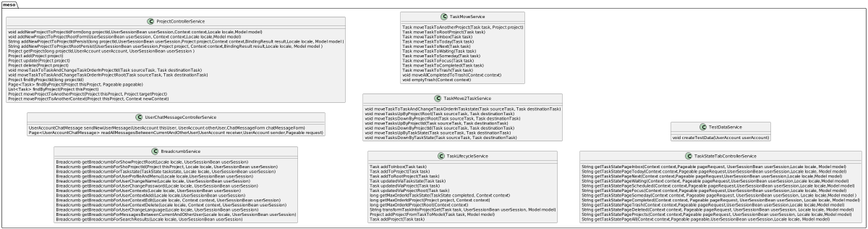
The PlantUML diagram src/main/resources/static/img/plantuml/Simpleworklist__Service_Classes_Meso.png in Spring-Framework-Java-Apps/simpleworklist, before a commit.
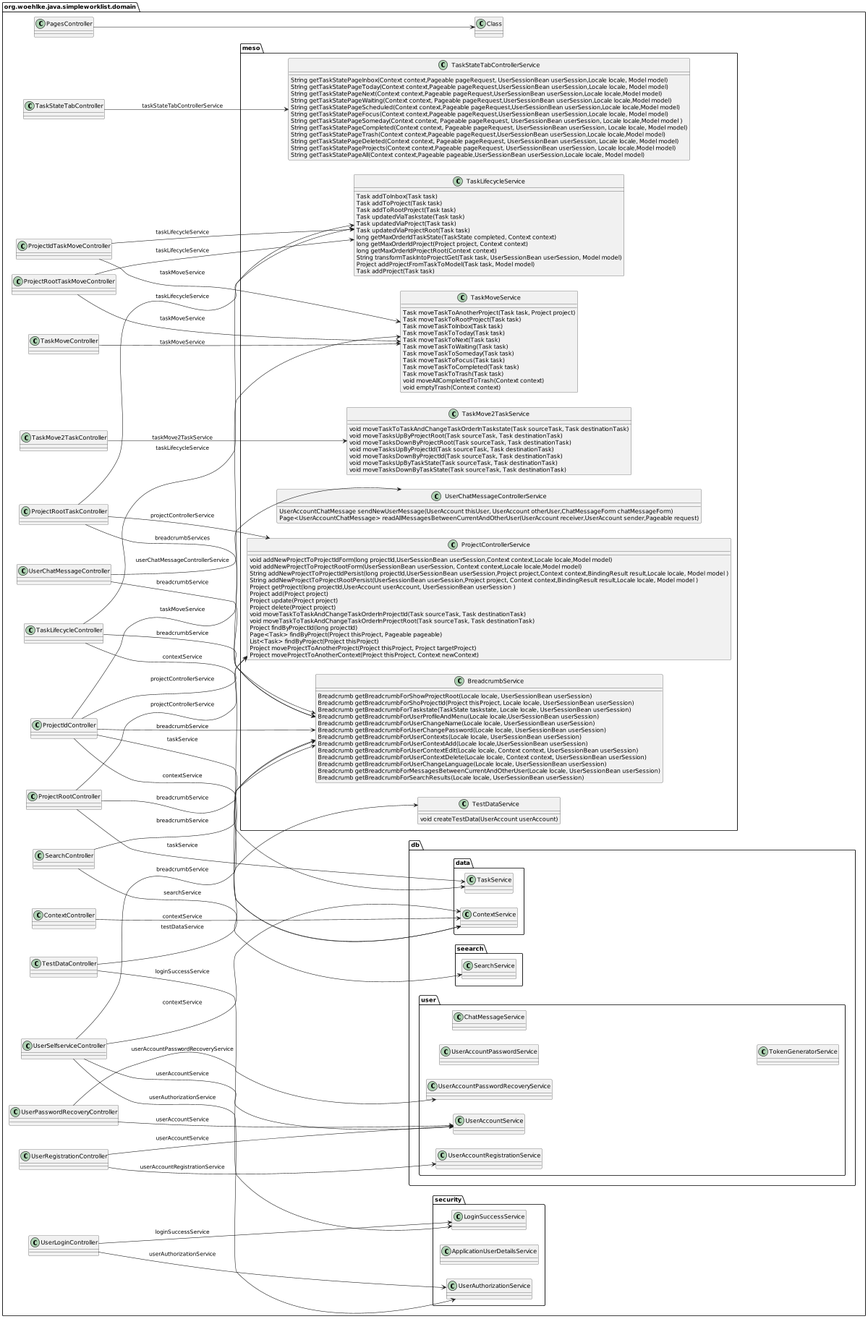
The same diagram one commit later.

The edit, as a diff of the source:
```diff
@@ -4,99 +4,184 @@
 
 scale 1200 width
 
-package meso {
-    class BreadcrumbService {
-        Breadcrumb getBreadcrumbForShowProjectRoot(Locale locale, UserSessionBean userSession)
-        Breadcrumb getBreadcrumbForShoProjectId(Project thisProject, Locale locale, UserSessionBean userSession)
-        Breadcrumb getBreadcrumbForTaskstate(TaskState taskstate, Locale locale, UserSessionBean userSession)
-        Breadcrumb getBreadcrumbForUserProfileAndMenu(Locale locale,UserSessionBean userSession)
-        Breadcrumb getBreadcrumbForUserChangeName(Locale locale, UserSessionBean userSession)
-        Breadcrumb getBreadcrumbForUserChangePassword(Locale locale, UserSessionBean userSession)
-        Breadcrumb getBreadcrumbForUserContexts(Locale locale, UserSessionBean userSession)
-        Breadcrumb getBreadcrumbForUserContextAdd(Locale locale,UserSessionBean userSession)
-        Breadcrumb getBreadcrumbForUserContextEdit(Locale locale, Context context, UserSessionBean userSession)
-        Breadcrumb getBreadcrumbForUserContextDelete(Locale locale, Context context, UserSessionBean userSession)
-        Breadcrumb getBreadcrumbForUserChangeLanguage(Locale locale, UserSessionBean userSession)
-        Breadcrumb getBreadcrumbForMessagesBetweenCurrentAndOtherUser(Locale locale, UserSessionBean userSession)
-        Breadcrumb getBreadcrumbForSearchResults(Locale locale, UserSessionBean userSession)
-    }
-    class UserChatMessageControllerService {
-      UserAccountChatMessage sendNewUserMessage(UserAccount thisUser, UserAccount otherUser,ChatMessageForm chatMessageForm)
-      Page<UserAccountChatMessage> readAllMessagesBetweenCurrentAndOtherUser(UserAccount receiver,UserAccount sender,Pageable request)
-    }
-    class ProjectControllerService {
-        void addNewProjectToProjectIdForm(long projectId,UserSessionBean userSession,Context context,Locale locale,Model model)
-        void addNewProjectToProjectRootForm(UserSessionBean userSession, Context context,Locale locale,Model model)
-        String addNewProjectToProjectIdPersist(long projectId,UserSessionBean userSession,Project project,Context context,BindingResult result,Locale locale, Model model )
-        String addNewProjectToProjectRootPersist(UserSessionBean userSession,Project project, Context context,BindingResult result,Locale locale, Model model )
-        Project getProject(long projectId,UserAccount userAccount, UserSessionBean userSession )
-        Project add(Project project)
-        Project update(Project project)
-        Project delete(Project project)
-        void moveTaskToTaskAndChangeTaskOrderInProjectId(Task sourceTask, Task destinationTask)
-        void moveTaskToTaskAndChangeTaskOrderInProjectRoot(Task sourceTask, Task destinationTask)
-        Project findByProjectId(long projectId)
-        Page<Task> findByProject(Project thisProject, Pageable pageable)
-        List<Task> findByProject(Project thisProject)
-        Project moveProjectToAnotherProject(Project thisProject, Project targetProject)
-        Project moveProjectToAnotherContext(Project thisProject, Context newContext)
-    }
-    class TaskLifecycleService {
-      Task addToInbox(Task task)
-      Task addToProject(Task task)
-      Task addToRootProject(Task task)
-      Task updatedViaTaskstate(Task task)
-      Task updatedViaProject(Task task)
-      Task updatedViaProjectRoot(Task task)
-      long getMaxOrderIdTaskState(TaskState completed, Context context)
-      long getMaxOrderIdProject(Project project, Context context)
-      long getMaxOrderIdProjectRoot(Context context)
-      String transformTaskIntoProjectGet(Task task, UserSessionBean userSession, Model model)
-      Project addProjectFromTaskToModel(Task task, Model model)
-      Task addProject(Task task)
-    }
-    class TaskMove2TaskService {
-      void moveTaskToTaskAndChangeTaskOrderInTaskstate(Task sourceTask, Task destinationTask)
-      void moveTasksUpByProjectRoot(Task sourceTask, Task destinationTask)
-      void moveTasksDownByProjectRoot(Task sourceTask, Task destinationTask)
-      void moveTasksUpByProjectId(Task sourceTask, Task destinationTask)
-      void moveTasksDownByProjectId(Task sourceTask, Task destinationTask)
-      void moveTasksUpByTaskState(Task sourceTask, Task destinationTask)
-      void moveTasksDownByTaskState(Task sourceTask, Task destinationTask)
-    }
-    class TaskMoveService {
-      Task moveTaskToAnotherProject(Task task, Project project)
-      Task moveTaskToRootProject(Task task)
-      Task moveTaskToInbox(Task task)
-      Task moveTaskToToday(Task task)
-      Task moveTaskToNext(Task task)
-      Task moveTaskToWaiting(Task task)
-      Task moveTaskToSomeday(Task task)
-      Task moveTaskToFocus(Task task)
-      Task moveTaskToCompleted(Task task)
-      Task moveTaskToTrash(Task task)
-      void moveAllCompletedToTrash(Context context)
-      void emptyTrash(Context context)
-    }
-    class TaskStateTabControllerService {
-      String getTaskStatePageInbox(Context context,Pageable pageRequest, UserSessionBean userSession,Locale locale, Model model)
-      String getTaskStatePageToday(Context context,Pageable pageRequest,UserSessionBean userSession,Locale locale, Model model)
-      String getTaskStatePageNext(Context context,Pageable pageRequest,UserSessionBean userSession,Locale locale,Model model)
-      String getTaskStatePageWaiting(Context context, Pageable pageRequest,UserSessionBean userSession,Locale locale,Model model)
-      String getTaskStatePageScheduled(Context context,Pageable pageRequest,UserSessionBean userSession,Locale locale,Model model)
-      String getTaskStatePageFocus(Context context,Pageable pageRequest,UserSessionBean userSession,Locale locale, Model model)
-      String getTaskStatePageSomeday(Context context, Pageable pageRequest, UserSessionBean userSession, Locale locale,Model model )
-      String getTaskStatePageCompleted(Context context, Pageable pageRequest, UserSessionBean userSession, Locale locale, Model model)
-      String getTaskStatePageTrash(Context context,Pageable pageRequest,UserSessionBean userSession,Locale locale,Model model)
-      String getTaskStatePageDeleted(Context context, Pageable pageRequest, UserSessionBean userSession, Locale locale, Model model)
-      String getTaskStatePageProjects(Context context,Pageable pageRequest, UserSessionBean userSession, Locale locale,Model model)
-      String getTaskStatePageAll(Context context,Pageable pageable,UserSessionBean userSession,Locale locale, Model model)
-    }
-    class TestDataService {
-        void createTestData(UserAccount userAccount)
+package org.woehlke.java.simpleworklist.domain {
+
+    class ContextController {}
+    class PagesController {}
+    class ProjectIdController {}
+    class ProjectIdTaskMoveController {}
+    class ProjectRootController {}
+    class ProjectRootTaskController {}
+    class ProjectRootTaskMoveController {}
+    class SearchController {}
+    class TaskLifecycleController {}
+    class TaskMoveController {}
+    class TaskStateTabController {}
+    class TestDataController {}
+    class UserChatMessageController {}
+    class UserLoginController {}
+    class UserPasswordRecoveryController {}
+    class UserRegistrationController {}
+    class UserSelfserviceController {}
+
+    package db {
+        package data {
+            class ContextService {}
+            class TaskService {}
+        }
+        package seearch {
+            class SearchService {}
+        }
+        package user {
+            class UserAccountService {}
+            class UserAccountPasswordService {}
+            class ChatMessageService {}
+            class UserAccountPasswordRecoveryService {}
+            class UserAccountRegistrationService {}
+            class TokenGeneratorService {}
+        }
     }
 
+    package security {
+        class UserAuthorizationService {}
+        class ApplicationUserDetailsService {}
+        class LoginSuccessService {}
+    }
+
+    package meso {
+        class ProjectControllerService {}
+
+        class BreadcrumbService {
+            Breadcrumb getBreadcrumbForShowProjectRoot(Locale locale, UserSessionBean userSession)
+            Breadcrumb getBreadcrumbForShoProjectId(Project thisProject, Locale locale, UserSessionBean userSession)
+            Breadcrumb getBreadcrumbForTaskstate(TaskState taskstate, Locale locale, UserSessionBean userSession)
+            Breadcrumb getBreadcrumbForUserProfileAndMenu(Locale locale,UserSessionBean userSession)
+            Breadcrumb getBreadcrumbForUserChangeName(Locale locale, UserSessionBean userSession)
+            Breadcrumb getBreadcrumbForUserChangePassword(Locale locale, UserSessionBean userSession)
+            Breadcrumb getBreadcrumbForUserContexts(Locale locale, UserSessionBean userSession)
+            Breadcrumb getBreadcrumbForUserContextAdd(Locale locale,UserSessionBean userSession)
+            Breadcrumb getBreadcrumbForUserContextEdit(Locale locale, Context context, UserSessionBean userSession)
+            Breadcrumb getBreadcrumbForUserContextDelete(Locale locale, Context context, UserSessionBean userSession)
+            Breadcrumb getBreadcrumbForUserChangeLanguage(Locale locale, UserSessionBean userSession)
+            Breadcrumb getBreadcrumbForMessagesBetweenCurrentAndOtherUser(Locale locale, UserSessionBean userSession)
+            Breadcrumb getBreadcrumbForSearchResults(Locale locale, UserSessionBean userSession)
+        }
+        class UserChatMessageControllerService {
+          UserAccountChatMessage sendNewUserMessage(UserAccount thisUser, UserAccount otherUser,ChatMessageForm chatMessageForm)
+          Page<UserAccountChatMessage> readAllMessagesBetweenCurrentAndOtherUser(UserAccount receiver,UserAccount sender,Pageable request)
+        }
+        class ProjectControllerService {
+            void addNewProjectToProjectIdForm(long projectId,UserSessionBean userSession,Context context,Locale locale,Model model)
+            void addNewProjectToProjectRootForm(UserSessionBean userSession, Context context,Locale locale,Model model)
+            String addNewProjectToProjectIdPersist(long projectId,UserSessionBean userSession,Project project,Context context,BindingResult result,Locale locale, Model model )
+            String addNewProjectToProjectRootPersist(UserSessionBean userSession,Project project, Context context,BindingResult result,Locale locale, Model model )
+            Project getProject(long projectId,UserAccount userAccount, UserSessionBean userSession )
+            Project add(Project project)
+            Project update(Project project)
+            Project delete(Project project)
+            void moveTaskToTaskAndChangeTaskOrderInProjectId(Task sourceTask, Task destinationTask)
+            void moveTaskToTaskAndChangeTaskOrderInProjectRoot(Task sourceTask, Task destinationTask)
+            Project findByProjectId(long projectId)
+            Page<Task> findByProject(Project thisProject, Pageable pageable)
+            List<Task> findByProject(Project thisProject)
+            Project moveProjectToAnotherProject(Project thisProject, Project targetProject)
+            Project moveProjectToAnotherContext(Project thisProject, Context newContext)
+        }
+        class TaskLifecycleService {
+          Task addToInbox(Task task)
+          Task addToProject(Task task)
+          Task addToRootProject(Task task)
+          Task updatedViaTaskstate(Task task)
+          Task updatedViaProject(Task task)
+          Task updatedViaProjectRoot(Task task)
+          long getMaxOrderIdTaskState(TaskState completed, Context context)
+          long getMaxOrderIdProject(Project project, Context context)
+          long getMaxOrderIdProjectRoot(Context context)
+          String transformTaskIntoProjectGet(Task task, UserSessionBean userSession, Model model)
+          Project addProjectFromTaskToModel(Task task, Model model)
+          Task addProject(Task task)
+        }
+        class TaskMove2TaskService {
+          void moveTaskToTaskAndChangeTaskOrderInTaskstate(Task sourceTask, Task destinationTask)
+          void moveTasksUpByProjectRoot(Task sourceTask, Task destinationTask)
+          void moveTasksDownByProjectRoot(Task sourceTask, Task destinationTask)
+          void moveTasksUpByProjectId(Task sourceTask, Task destinationTask)
+          void moveTasksDownByProjectId(Task sourceTask, Task destinationTask)
+          void moveTasksUpByTaskState(Task sourceTask, Task destinationTask)
+          void moveTasksDownByTaskState(Task sourceTask, Task destinationTask)
+        }
+        class TaskMoveService {
+          Task moveTaskToAnotherProject(Task task, Project project)
+          Task moveTaskToRootProject(Task task)
+          Task moveTaskToInbox(Task task)
+          Task moveTaskToToday(Task task)
+          Task moveTaskToNext(Task task)
+          Task moveTaskToWaiting(Task task)
+          Task moveTaskToSomeday(Task task)
+          Task moveTaskToFocus(Task task)
+          Task moveTaskToCompleted(Task task)
+          Task moveTaskToTrash(Task task)
+          void moveAllCompletedToTrash(Context context)
+          void emptyTrash(Context context)
+        }
+        class TaskStateTabControllerService {
+          String getTaskStatePageInbox(Context context,Pageable pageRequest, UserSessionBean userSession,Locale locale, Model model)
+          String getTaskStatePageToday(Context context,Pageable pageRequest,UserSessionBean userSession,Locale locale, Model model)
+          String getTaskStatePageNext(Context context,Pageable pageRequest,UserSessionBean userSession,Locale locale,Model model)
+          String getTaskStatePageWaiting(Context context, Pageable pageRequest,UserSessionBean userSession,Locale locale,Model model)
+          String getTaskStatePageScheduled(Context context,Pageable pageRequest,UserSessionBean userSession,Locale locale,Model model)
+          String getTaskStatePageFocus(Context context,Pageable pageRequest,UserSessionBean userSession,Locale locale, Model model)
+          String getTaskStatePageSomeday(Context context, Pageable pageRequest, UserSessionBean userSession, Locale locale,Model model )
+          String getTaskStatePageCompleted(Context context, Pageable pageRequest, UserSessionBean userSession, Locale locale, Model model)
+          String getTaskStatePageTrash(Context context,Pageable pageRequest,UserSessionBean userSession,Locale locale,Model model)
+          String getTaskStatePageDeleted(Context context, Pageable pageRequest, UserSessionBean userSession, Locale locale, Model model)
+          String getTaskStatePageProjects(Context context,Pageable pageRequest, UserSessionBean userSession, Locale locale,Model model)
+          String getTaskStatePageAll(Context context,Pageable pageable,UserSessionBean userSession,Locale locale, Model model)
+        }
+        class TestDataService {
+            void createTestData(UserAccount userAccount)
+        }
+    }
+
+    ContextController --> ContextService: contextService
+    PagesController --> Class
+    ProjectIdController --> ProjectControllerService: projectControllerService
+    ProjectIdController --> TaskMoveService: taskMoveService
+    ProjectIdController --> TaskService: taskService
+    ProjectIdController --> ContextService: contextService
+    ProjectIdController --> BreadcrumbService: breadcrumbService
+    ProjectIdTaskMoveController --> TaskMoveService: taskMoveService
+    ProjectIdTaskMoveController --> TaskLifecycleService: taskLifecycleService
+    ProjectRootController --> ProjectControllerService: projectControllerService
+    ProjectRootController --> TaskService: taskService
+    ProjectRootController --> BreadcrumbService: breadcrumbService
+    ProjectRootTaskController --> ProjectControllerService: projectControllerService
+    ProjectRootTaskController --> TaskLifecycleService: taskLifecycleService
+    ProjectRootTaskController --> BreadcrumbService: breadcrumbServices
+    ProjectRootTaskMoveController --> TaskLifecycleService: taskLifecycleService
+    ProjectRootTaskMoveController --> TaskMoveService: taskMoveService
+    SearchController --> SearchService: searchService
+    SearchController --> BreadcrumbService: breadcrumbService
+    TaskLifecycleController --> TaskLifecycleService: taskLifecycleService
+    TaskLifecycleController --> BreadcrumbService: breadcrumbService
+    TaskLifecycleController --> ContextService: contextService
+    TaskMove2TaskController --> TaskMove2TaskService: taskMove2TaskService
+    TaskMoveController --> TaskMoveService: taskMoveService
+    TaskStateTabController --> TaskStateTabControllerService: taskStateTabControllerService
+    TestDataController --> TestDataService: testDataService
+    TestDataController --> LoginSuccessService: loginSuccessService
+    UserChatMessageController --> UserChatMessageControllerService: userChatMessageControllerService
+    UserChatMessageController --> BreadcrumbService: breadcrumbService
+    UserLoginController --> LoginSuccessService: loginSuccessService
+    UserLoginController -->  UserAuthorizationService: userAuthorizationService
+    UserPasswordRecoveryController --> UserAccountService: userAccountService
+    UserPasswordRecoveryController --> UserAccountPasswordRecoveryService: userAccountPasswordRecoveryService
+    UserRegistrationController --> UserAccountService: userAccountService
+    UserRegistrationController --> UserAccountRegistrationService: userAccountRegistrationService
+    UserSelfserviceController --> UserAuthorizationService: userAuthorizationService
+    UserSelfserviceController --> BreadcrumbService: breadcrumbService
+    UserSelfserviceController --> UserAccountService: userAccountService
+    UserSelfserviceController --> ContextService: contextService
 }
 
-
 @enduml
```
